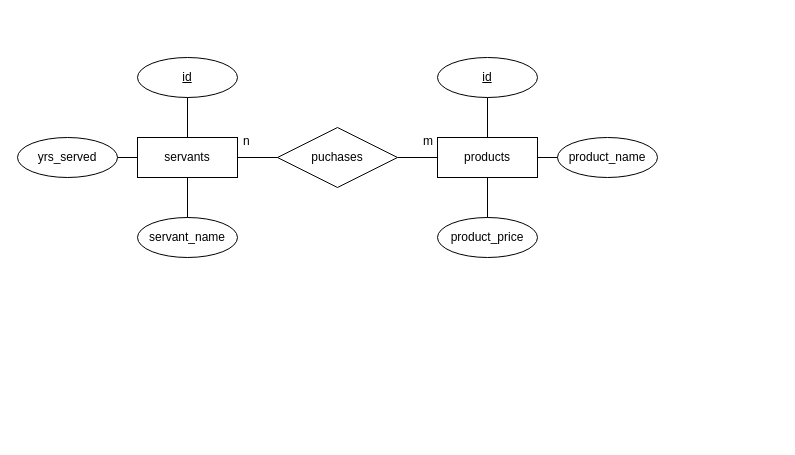
Above: kardinalitaet_n_m/01a_n-m.drawio in GitlearnComcave/03_DB_02_DB_models (draw.io), before the change. Source tidied: cells renumbered, new cells numbered last; positions are measured from the earlier drawing's top-left corner, leaving out a move shared by most shapes. Both pictures are drawn from the tidied source at 100%, with x=0, y=0 at pixel (17, 57).
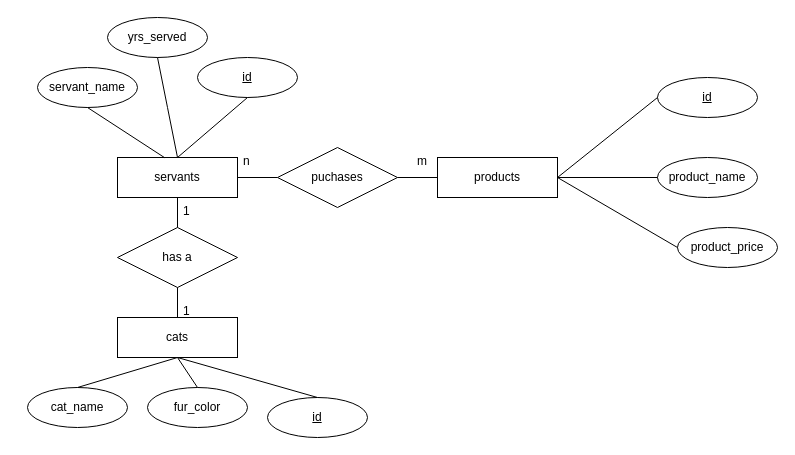
The same page after the edit.

What changed in the source:
```diff
@@
-    <mxCell id="2" value="servants" style="whiteSpace=wrap;html=1;align=center;" parent="1" vertex="1">
-      <mxGeometry x="120" y="80" width="100" height="40" as="geometry" />
-    </mxCell>
+    <mxCell id="20" value="servants" style="whiteSpace=wrap;html=1;align=center;" parent="1" vertex="1">
+      <mxGeometry x="100" y="100" width="120" height="40" as="geometry" />
+    </mxCell>
     <mxCell id="3" value="yrs_served" style="ellipse;whiteSpace=wrap;html=1;align=center;" parent="1" vertex="1">
-      <mxGeometry y="80" width="100" height="40" as="geometry" />
+      <mxGeometry x="90" y="-40" width="100" height="40" as="geometry" />
     </mxCell>
     <mxCell id="4" value="servant_name" style="ellipse;whiteSpace=wrap;html=1;align=center;" parent="1" vertex="1">
-      <mxGeometry x="120" y="160" width="100" height="40" as="geometry" />
+      <mxGeometry x="20" y="10" width="100" height="40" as="geometry" />
     </mxCell>
-    <mxCell id="5" value="id" style="ellipse;whiteSpace=wrap;html=1;align=center;fontStyle=4;" parent="1" vertex="1">
-      <mxGeometry x="120" width="100" height="40" as="geometry" />
-    </mxCell>
-    <mxCell id="6" style="endArrow=none;html=1;rounded=0;entryX=1;entryY=0.5;entryDx=0;entryDy=0;" parent="1" edge="1" target="3">
-      <mxGeometry relative="1" as="geometry">
-        <mxPoint x="120" y="100" as="sourcePoint" />
-      </mxGeometry>
-    </mxCell>
-    <mxCell id="7" style="endArrow=none;html=1;rounded=0;exitX=0.5;exitY=1;exitDx=0;exitDy=0;entryX=0.5;entryY=0;entryDx=0;entryDy=0;" parent="1" edge="1" source="2" target="4">
-      <mxGeometry relative="1" as="geometry" />
-    </mxCell>
-    <mxCell id="8" style="endArrow=none;html=1;rounded=0;exitX=0.5;exitY=0;exitDx=0;exitDy=0;entryX=0.5;entryY=1;entryDx=0;entryDy=0;" parent="1" edge="1" source="2" target="5">
-      <mxGeometry relative="1" as="geometry" />
-    </mxCell>
+    <mxCell id="21" value="id" style="ellipse;whiteSpace=wrap;html=1;align=center;fontStyle=4;" parent="1" vertex="1">
+      <mxGeometry x="180" width="100" height="40" as="geometry" />
+    </mxCell>
+    <mxCell id="22" style="endArrow=none;html=1;rounded=0;entryX=0.5;entryY=1;entryDx=0;entryDy=0;exitX=0.394;exitY=0.007;exitDx=0;exitDy=0;exitPerimeter=0;" parent="1" edge="1" source="20" target="4">
+      <mxGeometry relative="1" as="geometry" />
+    </mxCell>
+    <mxCell id="23" style="endArrow=none;html=1;rounded=0;exitX=0.5;exitY=0;exitDx=0;exitDy=0;entryX=0.5;entryY=1;entryDx=0;entryDy=0;" parent="1" edge="1" source="20" target="21">
+      <mxGeometry relative="1" as="geometry" />
+    </mxCell>
     <mxCell id="9" value="products" style="whiteSpace=wrap;html=1;align=center;" parent="1" vertex="1">
-      <mxGeometry x="420" y="80" width="100" height="40" as="geometry" />
+      <mxGeometry x="420" y="100" width="120" height="40" as="geometry" />
     </mxCell>
     <mxCell id="10" value="product_name" style="ellipse;whiteSpace=wrap;html=1;align=center;" parent="1" vertex="1">
-      <mxGeometry x="540" y="80" width="100" height="40" as="geometry" />
+      <mxGeometry x="640" y="100" width="100" height="40" as="geometry" />
     </mxCell>
     <mxCell id="11" value="product_price" style="ellipse;whiteSpace=wrap;html=1;align=center;" parent="1" vertex="1">
-      <mxGeometry x="420" y="160" width="100" height="40" as="geometry" />
+      <mxGeometry x="660" y="170" width="100" height="40" as="geometry" />
     </mxCell>
-    <mxCell id="12" value="id" style="ellipse;whiteSpace=wrap;html=1;align=center;fontStyle=4;" parent="1" vertex="1">
-      <mxGeometry x="420" width="100" height="40" as="geometry" />
-    </mxCell>
+    <mxCell id="24" value="id" style="ellipse;whiteSpace=wrap;html=1;align=center;fontStyle=4;" parent="1" vertex="1">
+      <mxGeometry x="640" y="20" width="100" height="40" as="geometry" />
+    </mxCell>
-    <mxCell id="13" style="endArrow=none;html=1;rounded=0;exitX=0.5;exitY=1;exitDx=0;exitDy=0;entryX=0.5;entryY=0;entryDx=0;entryDy=0;" parent="1" edge="1" source="9" target="11">
+    <mxCell id="13" style="endArrow=none;html=1;rounded=0;entryX=0;entryY=0.5;entryDx=0;entryDy=0;exitX=1;exitY=0.5;exitDx=0;exitDy=0;" parent="1" edge="1" source="9" target="11">
       <mxGeometry relative="1" as="geometry" />
     </mxCell>
-    <mxCell id="14" style="endArrow=none;html=1;rounded=0;exitX=0.5;exitY=0;exitDx=0;exitDy=0;entryX=0.5;entryY=1;entryDx=0;entryDy=0;" parent="1" edge="1" source="9" target="12">
-      <mxGeometry relative="1" as="geometry" />
-    </mxCell>
+    <mxCell id="25" style="endArrow=none;html=1;rounded=0;exitX=1;exitY=0.5;exitDx=0;exitDy=0;entryX=0;entryY=0.5;entryDx=0;entryDy=0;" parent="1" edge="1" source="9" target="24">
+      <mxGeometry relative="1" as="geometry" />
+    </mxCell>
@@
     <mxCell id="16" value="puchases" style="shape=rhombus;perimeter=rhombusPerimeter;whiteSpace=wrap;html=1;align=center;" parent="1" vertex="1">
-      <mxGeometry x="260" y="70" width="120" height="60" as="geometry" />
+      <mxGeometry x="260" y="90" width="120" height="60" as="geometry" />
     </mxCell>
-    <mxCell id="17" style="endArrow=none;html=1;rounded=0;exitX=1;exitY=0.5;exitDx=0;exitDy=0;" parent="1" edge="1" source="2">
-      <mxGeometry relative="1" as="geometry">
-        <mxPoint x="260" y="100" as="targetPoint" />
-      </mxGeometry>
-    </mxCell>
+    <mxCell id="26" style="endArrow=none;html=1;rounded=0;exitX=1;exitY=0.5;exitDx=0;exitDy=0;entryX=0;entryY=0.5;entryDx=0;entryDy=0;" parent="1" edge="1" source="20" target="16">
+      <mxGeometry relative="1" as="geometry" />
+    </mxCell>
@@
     <mxCell id="19" value="n" style="text;strokeColor=none;fillColor=none;spacingLeft=4;spacingRight=4;overflow=hidden;fontSize=12;" parent="1" vertex="1">
-      <mxGeometry x="220" y="70" width="20" height="30" as="geometry" />
+      <mxGeometry x="220" y="90" width="20" height="30" as="geometry" />
     </mxCell>
-    <mxCell id="20" value="m" style="text;strokeColor=none;fillColor=none;spacingLeft=4;spacingRight=4;overflow=hidden;points=[[0,0.5],[1,0.5]];portConstraint=eastwest;fontSize=12;" parent="1" vertex="1">
-      <mxGeometry x="400" y="70" width="20" height="30" as="geometry" />
-    </mxCell>
+    <mxCell id="27" value="m" style="text;strokeColor=none;fillColor=none;spacingLeft=4;spacingRight=4;overflow=hidden;fontSize=12;" parent="1" vertex="1">
+      <mxGeometry x="394" y="90" width="20" height="30" as="geometry" />
+    </mxCell>
+    <mxCell id="28" style="edgeStyle=none;html=1;exitX=1;exitY=0.5;exitDx=0;exitDy=0;" parent="1" edge="1" source="29">
+      <mxGeometry relative="1" as="geometry">
+        <mxPoint x="220" y="280" as="targetPoint" />
+      </mxGeometry>
+    </mxCell>
+    <mxCell id="29" value="cats" style="whiteSpace=wrap;html=1;align=center;" parent="1" vertex="1">
+      <mxGeometry x="100" y="260" width="120" height="40" as="geometry" />
+    </mxCell>
+    <mxCell id="30" value="cat_name" style="ellipse;whiteSpace=wrap;html=1;align=center;" parent="1" vertex="1">
+      <mxGeometry x="10" y="330" width="100" height="40" as="geometry" />
+    </mxCell>
+    <mxCell id="31" value="fur_color" style="ellipse;whiteSpace=wrap;html=1;align=center;" parent="1" vertex="1">
+      <mxGeometry x="130" y="330" width="100" height="40" as="geometry" />
+    </mxCell>
+    <mxCell id="32" value="id" style="ellipse;whiteSpace=wrap;html=1;align=center;fontStyle=4;" parent="1" vertex="1">
+      <mxGeometry x="250" y="340" width="100" height="40" as="geometry" />
+    </mxCell>
+    <mxCell id="33" style="endArrow=none;html=1;rounded=0;entryX=0.5;entryY=0;entryDx=0;entryDy=0;exitX=0.5;exitY=1;exitDx=0;exitDy=0;" parent="1" edge="1" source="29" target="30">
+      <mxGeometry relative="1" as="geometry" />
+    </mxCell>
+    <mxCell id="34" style="endArrow=none;html=1;rounded=0;exitX=0.5;exitY=1;exitDx=0;exitDy=0;entryX=0.5;entryY=0;entryDx=0;entryDy=0;" parent="1" edge="1" source="29" target="31">
+      <mxGeometry relative="1" as="geometry" />
+    </mxCell>
+    <mxCell id="35" style="endArrow=none;html=1;rounded=0;entryX=0.5;entryY=0;entryDx=0;entryDy=0;exitX=0.5;exitY=1;exitDx=0;exitDy=0;" parent="1" edge="1" source="29" target="32">
+      <mxGeometry relative="1" as="geometry" />
+    </mxCell>
+    <mxCell id="36" value="1" style="text;strokeColor=none;fillColor=none;spacingLeft=4;spacingRight=4;overflow=hidden;fontSize=12;" parent="1" vertex="1">
+      <mxGeometry x="160" y="240" width="20" height="20" as="geometry" />
+    </mxCell>
+    <mxCell id="37" value="has a" style="shape=rhombus;perimeter=rhombusPerimeter;whiteSpace=wrap;html=1;align=center;" parent="1" vertex="1">
+      <mxGeometry x="100" y="170" width="120" height="60" as="geometry" />
+    </mxCell>
+    <mxCell id="38" style="endArrow=none;html=1;rounded=0;exitX=0.5;exitY=0;exitDx=0;exitDy=0;entryX=0.5;entryY=1;entryDx=0;entryDy=0;" parent="1" edge="1" source="20" target="3">
+      <mxGeometry relative="1" as="geometry">
+        <Array as="points">
+          <mxPoint x="150" y="50" />
+        </Array>
+      </mxGeometry>
+    </mxCell>
+    <mxCell id="39" style="endArrow=none;html=1;rounded=0;exitX=0.5;exitY=0;exitDx=0;exitDy=0;entryX=0.5;entryY=1;entryDx=0;entryDy=0;" parent="1" edge="1" source="37" target="20">
+      <mxGeometry relative="1" as="geometry" />
+    </mxCell>
+    <mxCell id="40" style="endArrow=none;html=1;rounded=0;exitX=0.5;exitY=0;exitDx=0;exitDy=0;entryX=0.5;entryY=1;entryDx=0;entryDy=0;" parent="1" edge="1" source="29" target="37">
+      <mxGeometry relative="1" as="geometry" />
+    </mxCell>
+    <mxCell id="41" value="1" style="text;strokeColor=none;fillColor=none;spacingLeft=4;spacingRight=4;overflow=hidden;fontSize=12;" parent="1" vertex="1">
+      <mxGeometry x="160" y="140" width="20" height="20" as="geometry" />
+    </mxCell>
```
